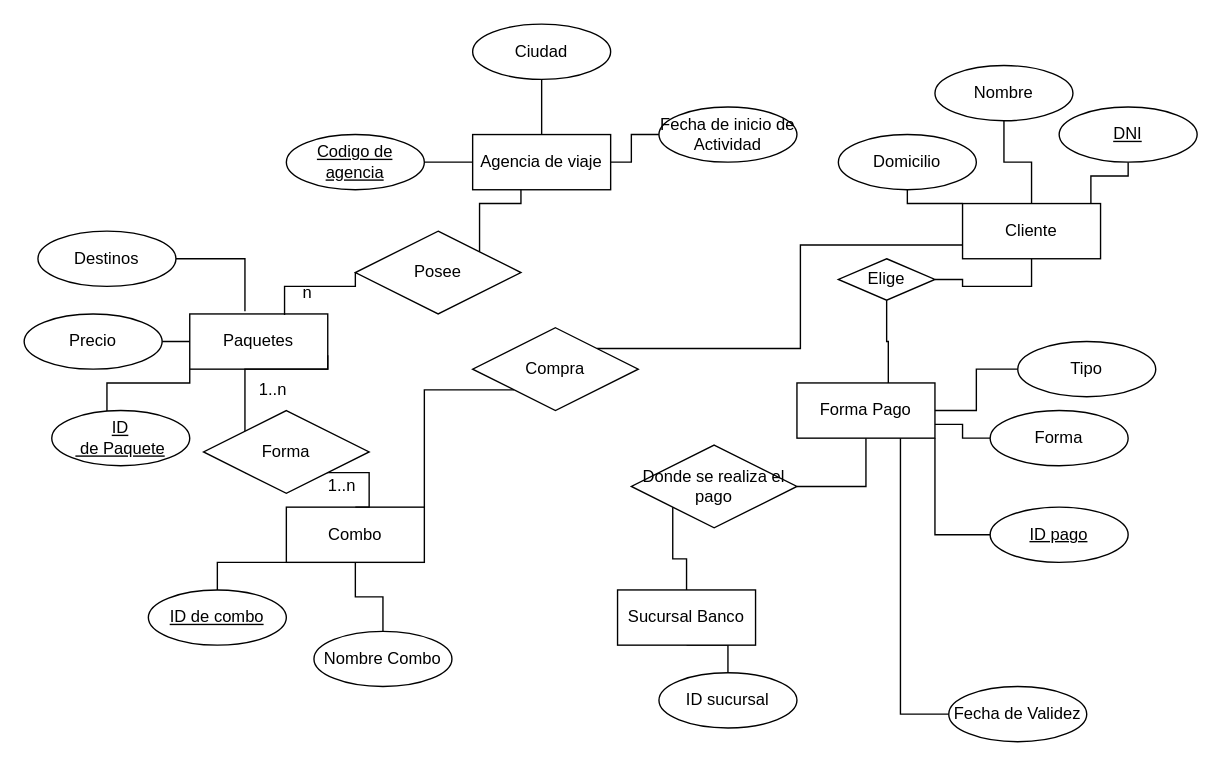
Above: Agencia de Viajes.drawio in madevianaGH/BDI (draw.io), before the change. Source tidied: cells renumbered, new cells numbered last; positions are measured from the earlier drawing's top-left corner, leaving out a move shared by most shapes. Both pictures are drawn from the tidied source at 138%, with x=0, y=0 at pixel (23, 23).
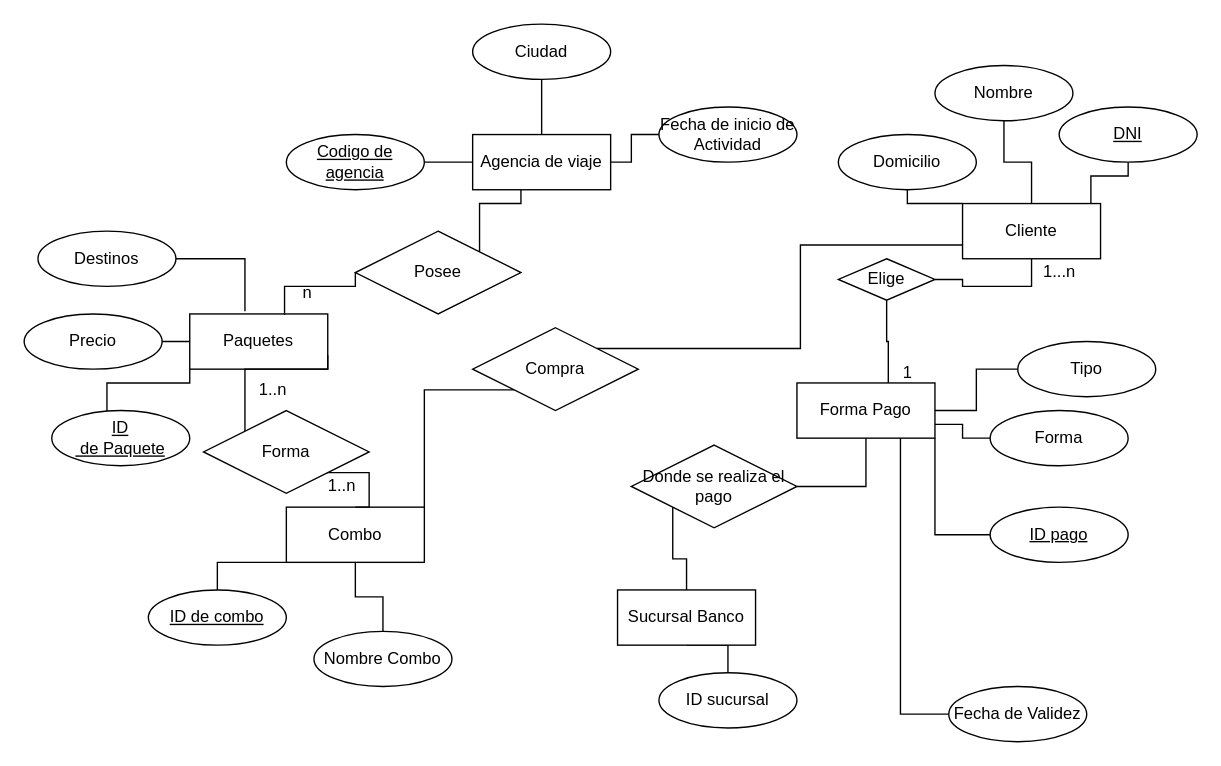
After the change.

Commit message:
Actualizar Agencia de Viajesx3.drawio

What changed in the source:
```diff
@@
+    <mxCell id="58" value="1" style="text;html=1;align=center;verticalAlign=middle;strokeColor=none;fillColor=none;" parent="1" vertex="1">
+      <mxGeometry x="625" y="238" width="30" height="30" as="geometry" />
+    </mxCell>
+    <mxCell id="59" value="1...n" style="text;html=1;align=center;verticalAlign=middle;strokeColor=none;fillColor=none;" parent="1" vertex="1">
+      <mxGeometry x="725" y="165" width="50" height="30" as="geometry" />
+    </mxCell>
```
